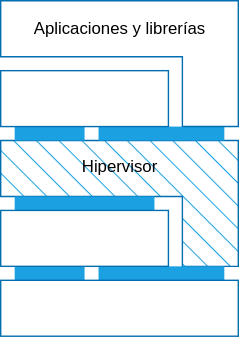
The draw.io diagram diagrams/Virtualization_Hosted.svg in ucudal/ANDIS_Conceptos, before a commit. Source tidied: cells renumbered, new cells last; positions are measured from the earlier drawing's top-left corner, leaving out a move shared by most shapes. The source it was exported from:
```xml
<mxGraphModel>
  <root>
    <mxCell id="0" />
    <mxCell id="1" parent="0" />
    <mxCell id="2" style="shape=corner;whiteSpace=wrap;html=1;direction=south;dx=40;dy=40;fillColor=#1ba1e2;fontColor=#ffffff;strokeColor=light-dark(#006EAF,#006EAF);fillStyle=hatch;" parent="1" vertex="1">
      <mxGeometry y="100" width="170" height="90" as="geometry" />
    </mxCell>
    <mxCell id="3" style="rounded=0;whiteSpace=wrap;html=1;fillColor=#1ba1e2;fontColor=#ffffff;strokeColor=none;" parent="1" vertex="1">
      <mxGeometry x="10" y="190" width="50" height="10" as="geometry" />
    </mxCell>
    <mxCell id="4" style="rounded=0;whiteSpace=wrap;html=1;fillColor=#1ba1e2;fontColor=#ffffff;strokeColor=none;" parent="1" vertex="1">
      <mxGeometry x="70" y="190" width="90" height="10" as="geometry" />
    </mxCell>
    <mxCell id="5" style="rounded=0;whiteSpace=wrap;html=1;fillColor=#1ba1e2;fontColor=#ffffff;strokeColor=none;" parent="1" vertex="1">
      <mxGeometry x="10" y="140" width="100" height="10" as="geometry" />
    </mxCell>
    <mxCell id="6" value="Hardware" style="rounded=0;whiteSpace=wrap;html=1;fillColor=none;fontColor=light-dark(#FFFFFF,#006EAF);strokeColor=light-dark(#006EAF,#006EAF);" parent="1" vertex="1">
      <mxGeometry y="200" width="170" height="40" as="geometry" />
    </mxCell>
    <mxCell id="7" value="Sistema operativo" style="rounded=0;whiteSpace=wrap;html=1;fillColor=none;fontColor=light-dark(#FFFFFF,#006EAF);strokeColor=light-dark(#006EAF,#006EAF);" parent="1" vertex="1">
      <mxGeometry y="150" width="120" height="40" as="geometry" />
    </mxCell>
    <mxCell id="8" value="Hipervisor" style="text;html=1;align=center;verticalAlign=middle;strokeColor=none;fillColor=none;fontColor=light-dark(#000000,#006EAF);" parent="1" vertex="1">
      <mxGeometry x="45" y="104" width="80" height="30" as="geometry" />
    </mxCell>
    <mxCell id="9" style="rounded=0;whiteSpace=wrap;html=1;fillColor=#1ba1e2;fontColor=#ffffff;strokeColor=none;" parent="1" vertex="1">
      <mxGeometry x="10" y="90" width="50" height="10" as="geometry" />
    </mxCell>
    <mxCell id="10" style="rounded=0;whiteSpace=wrap;html=1;fillColor=#1ba1e2;fontColor=#ffffff;strokeColor=none;" parent="1" vertex="1">
      <mxGeometry x="70" y="90" width="90" height="10" as="geometry" />
    </mxCell>
    <mxCell id="11" style="shape=corner;whiteSpace=wrap;html=1;direction=south;dx=40;dy=40;fillColor=none;fontColor=#ffffff;strokeColor=light-dark(#006EAF,#006EAF);fillStyle=hatch;" parent="1" vertex="1">
      <mxGeometry width="170" height="90" as="geometry" />
    </mxCell>
    <mxCell id="12" value="Sistema operativo" style="rounded=0;whiteSpace=wrap;html=1;fillColor=none;fontColor=light-dark(#FFFFFF,#006EAF);strokeColor=light-dark(#006EAF,#006EAF);" parent="1" vertex="1">
      <mxGeometry y="50" width="120" height="40" as="geometry" />
    </mxCell>
    <mxCell id="13" value="Aplicaciones y librerías" style="text;html=1;align=center;verticalAlign=middle;strokeColor=none;fillColor=none;fontColor=light-dark(#000000,#006EAF);" parent="1" vertex="1">
      <mxGeometry x="10" y="5" width="150" height="30" as="geometry" />
    </mxCell>
  </root>
</mxGraphModel>
```
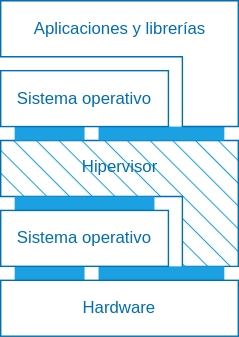
Later version of the same file.

The edit, as a diff of the source:
```diff
@@ -2,40 +2,40 @@
   <root>
     <mxCell id="0" />
     <mxCell id="1" parent="0" />
-    <mxCell id="2" style="shape=corner;whiteSpace=wrap;html=1;direction=south;dx=40;dy=40;fillColor=#1ba1e2;fontColor=#ffffff;strokeColor=light-dark(#006EAF,#006EAF);fillStyle=hatch;" parent="1" vertex="1">
+    <mxCell id="2" style="shape=corner;whiteSpace=wrap;html=1;direction=south;dx=40;dy=40;fillColor=#1ba1e2;fontColor=light-dark(#006EAF,#006EAF);strokeColor=light-dark(#006EAF,#006EAF);fillStyle=hatch;" parent="1" vertex="1">
       <mxGeometry y="100" width="170" height="90" as="geometry" />
     </mxCell>
-    <mxCell id="3" style="rounded=0;whiteSpace=wrap;html=1;fillColor=#1ba1e2;fontColor=#ffffff;strokeColor=none;" parent="1" vertex="1">
+    <mxCell id="3" style="rounded=0;whiteSpace=wrap;html=1;fillColor=#1ba1e2;fontColor=light-dark(#006EAF,#006EAF);strokeColor=none;" parent="1" vertex="1">
       <mxGeometry x="10" y="190" width="50" height="10" as="geometry" />
     </mxCell>
-    <mxCell id="4" style="rounded=0;whiteSpace=wrap;html=1;fillColor=#1ba1e2;fontColor=#ffffff;strokeColor=none;" parent="1" vertex="1">
+    <mxCell id="4" style="rounded=0;whiteSpace=wrap;html=1;fillColor=#1ba1e2;fontColor=light-dark(#006EAF,#006EAF);strokeColor=none;" parent="1" vertex="1">
       <mxGeometry x="70" y="190" width="90" height="10" as="geometry" />
     </mxCell>
-    <mxCell id="5" style="rounded=0;whiteSpace=wrap;html=1;fillColor=#1ba1e2;fontColor=#ffffff;strokeColor=none;" parent="1" vertex="1">
+    <mxCell id="5" style="rounded=0;whiteSpace=wrap;html=1;fillColor=#1ba1e2;fontColor=light-dark(#006EAF,#006EAF);strokeColor=none;" parent="1" vertex="1">
       <mxGeometry x="10" y="140" width="100" height="10" as="geometry" />
     </mxCell>
-    <mxCell id="6" value="Hardware" style="rounded=0;whiteSpace=wrap;html=1;fillColor=none;fontColor=light-dark(#FFFFFF,#006EAF);strokeColor=light-dark(#006EAF,#006EAF);" parent="1" vertex="1">
+    <mxCell id="6" value="Hardware" style="rounded=0;whiteSpace=wrap;html=1;fillColor=none;fontColor=light-dark(#006EAF,#006EAF);strokeColor=light-dark(#006EAF,#006EAF);" parent="1" vertex="1">
       <mxGeometry y="200" width="170" height="40" as="geometry" />
     </mxCell>
-    <mxCell id="7" value="Sistema operativo" style="rounded=0;whiteSpace=wrap;html=1;fillColor=none;fontColor=light-dark(#FFFFFF,#006EAF);strokeColor=light-dark(#006EAF,#006EAF);" parent="1" vertex="1">
+    <mxCell id="7" value="Sistema operativo" style="rounded=0;whiteSpace=wrap;html=1;fillColor=none;fontColor=light-dark(#006EAF,#006EAF);strokeColor=light-dark(#006EAF,#006EAF);" parent="1" vertex="1">
       <mxGeometry y="150" width="120" height="40" as="geometry" />
     </mxCell>
-    <mxCell id="8" value="Hipervisor" style="text;html=1;align=center;verticalAlign=middle;strokeColor=none;fillColor=none;fontColor=light-dark(#000000,#006EAF);" parent="1" vertex="1">
+    <mxCell id="8" value="Hipervisor" style="text;html=1;align=center;verticalAlign=middle;strokeColor=none;fillColor=none;fontColor=light-dark(#006EAF,#006EAF);" parent="1" vertex="1">
       <mxGeometry x="45" y="104" width="80" height="30" as="geometry" />
     </mxCell>
-    <mxCell id="9" style="rounded=0;whiteSpace=wrap;html=1;fillColor=#1ba1e2;fontColor=#ffffff;strokeColor=none;" parent="1" vertex="1">
+    <mxCell id="9" style="rounded=0;whiteSpace=wrap;html=1;fillColor=#1ba1e2;fontColor=light-dark(#006EAF,#006EAF);strokeColor=none;" parent="1" vertex="1">
       <mxGeometry x="10" y="90" width="50" height="10" as="geometry" />
     </mxCell>
-    <mxCell id="10" style="rounded=0;whiteSpace=wrap;html=1;fillColor=#1ba1e2;fontColor=#ffffff;strokeColor=none;" parent="1" vertex="1">
+    <mxCell id="10" style="rounded=0;whiteSpace=wrap;html=1;fillColor=#1ba1e2;fontColor=light-dark(#006EAF,#006EAF);strokeColor=none;" parent="1" vertex="1">
       <mxGeometry x="70" y="90" width="90" height="10" as="geometry" />
     </mxCell>
-    <mxCell id="11" style="shape=corner;whiteSpace=wrap;html=1;direction=south;dx=40;dy=40;fillColor=none;fontColor=#ffffff;strokeColor=light-dark(#006EAF,#006EAF);fillStyle=hatch;" parent="1" vertex="1">
+    <mxCell id="11" style="shape=corner;whiteSpace=wrap;html=1;direction=south;dx=40;dy=40;fillColor=none;fontColor=light-dark(#006EAF,#006EAF);strokeColor=light-dark(#006EAF,#006EAF);fillStyle=hatch;" parent="1" vertex="1">
       <mxGeometry width="170" height="90" as="geometry" />
     </mxCell>
-    <mxCell id="12" value="Sistema operativo" style="rounded=0;whiteSpace=wrap;html=1;fillColor=none;fontColor=light-dark(#FFFFFF,#006EAF);strokeColor=light-dark(#006EAF,#006EAF);" parent="1" vertex="1">
+    <mxCell id="12" value="Sistema operativo" style="rounded=0;whiteSpace=wrap;html=1;fillColor=none;fontColor=light-dark(#006EAF,#006EAF);strokeColor=light-dark(#006EAF,#006EAF);" parent="1" vertex="1">
       <mxGeometry y="50" width="120" height="40" as="geometry" />
     </mxCell>
-    <mxCell id="13" value="Aplicaciones y librerías" style="text;html=1;align=center;verticalAlign=middle;strokeColor=none;fillColor=none;fontColor=light-dark(#000000,#006EAF);" parent="1" vertex="1">
+    <mxCell id="13" value="Aplicaciones y librerías" style="text;html=1;align=center;verticalAlign=middle;strokeColor=none;fillColor=none;fontColor=light-dark(#006EAF,#006EAF);" parent="1" vertex="1">
       <mxGeometry x="10" y="5" width="150" height="30" as="geometry" />
     </mxCell>
   </root>
```
